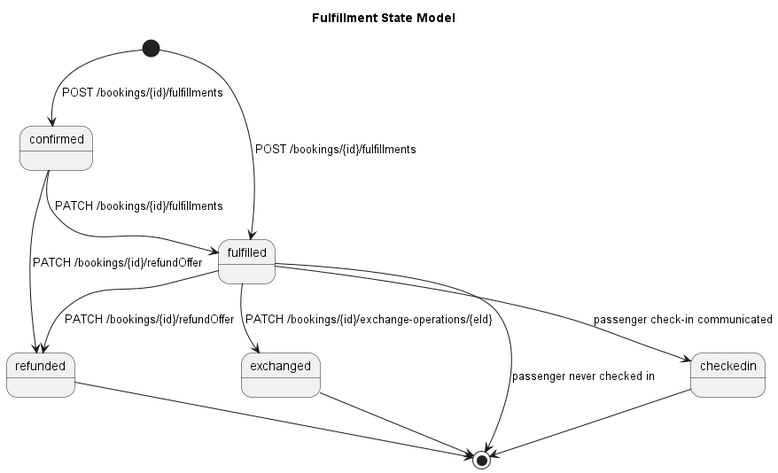
Earlier version of the PlantUML export images/models/fulfillment-state-model.png (UnionInternationalCheminsdeFer/OSDM).
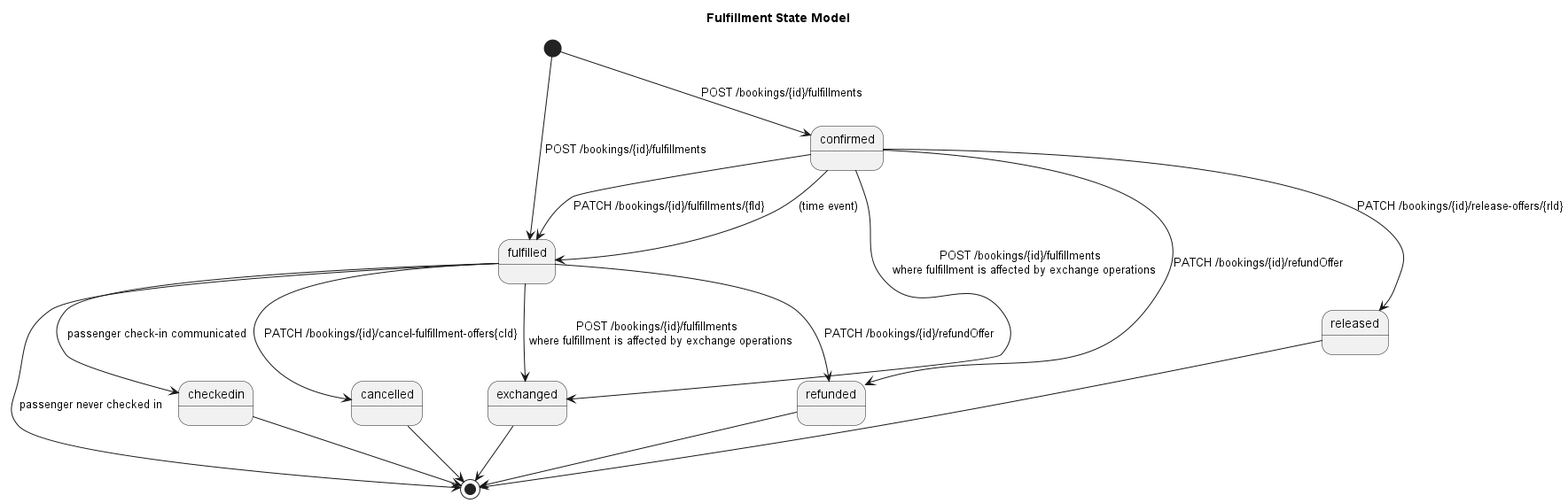
The same diagram one commit later.

Commit message:
Corrected images for state diagrams

Diff of the diagram source:
```diff
@@ -1,14 +1,23 @@
-@startuml
+@startuml fulfillment-state-model
 title "Fulfillment State Model"
 [*] --> confirmed: POST /bookings/{id}/fulfillments
 [*] --> fulfilled: POST /bookings/{id}/fulfillments
-confirmed --> fulfilled: PATCH /bookings/{id}/fulfillments
+
+confirmed --> fulfilled: (time event)
+confirmed --> fulfilled: PATCH /bookings/{id}/fulfillments/{fId}
+confirmed --> refunded: PATCH /bookings/{id}/refundOffer
+confirmed --> exchanged: POST /bookings/{id}/fulfillments \n where fulfillment is affected by exchange operations
+confirmed --> released: PATCH /bookings/{id}/release-offers/{rId}
+
 fulfilled --> checkedin: passenger check-in communicated
-confirmed --> refunded: PATCH /bookings/{id}/refundOffer
 fulfilled --> refunded: PATCH /bookings/{id}/refundOffer
-fulfilled --> exchanged: PATCH /bookings/{id}/exchange-operations/{eId}
+fulfilled --> exchanged: POST /bookings/{id}/fulfillments \n where fulfillment is affected by exchange operations
+fulfilled --> cancelled: PATCH /bookings/{id}/cancel-fulfillment-offers{cId}
 fulfilled --> [*]: passenger never checked in
+
 checkedin --> [*]
 refunded --> [*]
 exchanged --> [*]
+released --> [*]
+cancelled --> [*]
 @enduml
```
